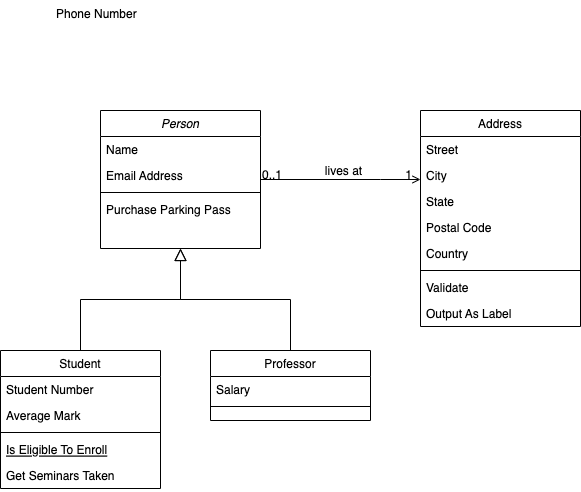
Earlier version of the draw.io export diagram.png (morbargig/CV-mfe-micro-front-end). Source tidied: cells renumbered, new cells last; positions are measured from the earlier drawing's top-left corner, leaving out a move shared by most shapes. Its diagram source:
```xml
<mxGraphModel background="#ffffff">
  <root>
    <mxCell id="0" />
    <mxCell id="1" parent="0" />
    <mxCell id="2" value="Person" style="swimlane;fontStyle=2;align=center;verticalAlign=top;horizontal=1;startSize=26;swimlaneFillColor=#ffffff;rounded=0;shadow=0;strokeWidth=1;" parent="1" vertex="1">
      <mxGeometry x="100" y="110" width="160" height="138" as="geometry" />
    </mxCell>
    <mxCell id="3" value="Name" style="text;strokeColor=none;fillColor=none;align=left;verticalAlign=top;spacingLeft=4;spacingRight=4;overflow=hidden;" parent="2" vertex="1">
      <mxGeometry y="26" width="160" height="26" as="geometry" />
    </mxCell>
    <mxCell id="4" value="Email Address" style="text;strokeColor=none;fillColor=none;align=left;verticalAlign=top;spacingLeft=4;spacingRight=4;overflow=hidden;rounded=0;shadow=0;html=0;" parent="2" vertex="1">
      <mxGeometry y="52" width="160" height="26" as="geometry" />
    </mxCell>
    <mxCell id="5" style="line;html=1;strokeWidth=1;fillColor=none;align=left;verticalAlign=middle;spacingTop=-1;spacingLeft=3;spacingRight=3;labelPosition=right;" parent="2" vertex="1">
      <mxGeometry y="78" width="160" height="8" as="geometry" />
    </mxCell>
    <mxCell id="6" value="Purchase Parking Pass" style="text;strokeColor=none;fillColor=none;align=left;verticalAlign=top;spacingLeft=4;spacingRight=4;overflow=hidden;" parent="2" vertex="1">
      <mxGeometry y="86" width="160" height="26" as="geometry" />
    </mxCell>
    <mxCell id="7" value="Student" style="swimlane;fontStyle=0;align=center;verticalAlign=top;horizontal=1;startSize=26;swimlaneFillColor=#ffffff;rounded=0;shadow=0;strokeWidth=1;" parent="1" vertex="1">
      <mxGeometry y="350" width="160" height="138" as="geometry" />
    </mxCell>
    <mxCell id="8" value="Student Number" style="text;strokeColor=none;fillColor=none;align=left;verticalAlign=top;spacingLeft=4;spacingRight=4;overflow=hidden;" parent="7" vertex="1">
      <mxGeometry y="26" width="160" height="26" as="geometry" />
    </mxCell>
    <mxCell id="9" value="Average Mark" style="text;strokeColor=none;fillColor=none;align=left;verticalAlign=top;spacingLeft=4;spacingRight=4;overflow=hidden;rounded=0;shadow=0;html=0;" parent="7" vertex="1">
      <mxGeometry y="52" width="160" height="26" as="geometry" />
    </mxCell>
    <mxCell id="10" style="line;html=1;strokeWidth=1;fillColor=none;align=left;verticalAlign=middle;spacingTop=-1;spacingLeft=3;spacingRight=3;labelPosition=right;" parent="7" vertex="1">
      <mxGeometry y="78" width="160" height="8" as="geometry" />
    </mxCell>
    <mxCell id="11" value="Is Eligible To Enroll" style="text;strokeColor=none;fillColor=none;align=left;verticalAlign=top;spacingLeft=4;spacingRight=4;overflow=hidden;fontStyle=4;" parent="7" vertex="1">
      <mxGeometry y="86" width="160" height="26" as="geometry" />
    </mxCell>
    <mxCell id="12" value="Get Seminars Taken" style="text;strokeColor=none;fillColor=none;align=left;verticalAlign=top;spacingLeft=4;spacingRight=4;overflow=hidden;" parent="7" vertex="1">
      <mxGeometry y="112" width="160" height="26" as="geometry" />
    </mxCell>
    <mxCell id="13" style="endArrow=block;endSize=10;endFill=0;shadow=0;strokeWidth=1;edgeStyle=orthogonalEdgeStyle;rounded=0;" parent="1" edge="1" source="7" target="2">
      <mxGeometry relative="1" as="geometry">
        <Array as="points">
          <mxPoint x="80" y="299" />
          <mxPoint x="180" y="299" />
        </Array>
      </mxGeometry>
    </mxCell>
    <mxCell id="14" value="Professor" style="swimlane;fontStyle=0;align=center;verticalAlign=top;horizontal=1;startSize=26;swimlaneFillColor=#ffffff;rounded=0;shadow=0;strokeWidth=1;" parent="1" vertex="1">
      <mxGeometry x="210" y="350" width="160" height="70" as="geometry" />
    </mxCell>
    <mxCell id="15" value="Salary" style="text;strokeColor=none;fillColor=none;align=left;verticalAlign=top;spacingLeft=4;spacingRight=4;overflow=hidden;" parent="14" vertex="1">
      <mxGeometry y="26" width="160" height="26" as="geometry" />
    </mxCell>
    <mxCell id="16" style="line;html=1;strokeWidth=1;fillColor=none;align=left;verticalAlign=middle;spacingTop=-1;spacingLeft=3;spacingRight=3;labelPosition=right;" parent="14" vertex="1">
      <mxGeometry y="52" width="160" height="8" as="geometry" />
    </mxCell>
    <mxCell id="17" style="endArrow=block;endSize=10;endFill=0;shadow=0;strokeWidth=1;edgeStyle=orthogonalEdgeStyle;rounded=0;" parent="1" edge="1" source="14" target="2">
      <mxGeometry relative="1" as="geometry" />
    </mxCell>
    <mxCell id="18" value="Address" style="swimlane;fontStyle=0;align=center;verticalAlign=top;horizontal=1;startSize=26;swimlaneFillColor=#ffffff;rounded=0;shadow=0;strokeWidth=1;" parent="1" vertex="1">
      <mxGeometry x="420" y="110" width="160" height="216" as="geometry" />
    </mxCell>
    <mxCell id="19" value="Street" style="text;strokeColor=none;fillColor=none;align=left;verticalAlign=top;spacingLeft=4;spacingRight=4;overflow=hidden;" parent="18" vertex="1">
      <mxGeometry y="26" width="160" height="26" as="geometry" />
    </mxCell>
    <mxCell id="20" value="City" style="text;strokeColor=none;fillColor=none;align=left;verticalAlign=top;spacingLeft=4;spacingRight=4;overflow=hidden;rounded=0;shadow=0;html=0;" parent="18" vertex="1">
      <mxGeometry y="52" width="160" height="26" as="geometry" />
    </mxCell>
    <mxCell id="21" value="State" style="text;strokeColor=none;fillColor=none;align=left;verticalAlign=top;spacingLeft=4;spacingRight=4;overflow=hidden;rounded=0;shadow=0;html=0;" parent="18" vertex="1">
      <mxGeometry y="78" width="160" height="26" as="geometry" />
    </mxCell>
    <mxCell id="22" value="Postal Code" style="text;strokeColor=none;fillColor=none;align=left;verticalAlign=top;spacingLeft=4;spacingRight=4;overflow=hidden;rounded=0;shadow=0;html=0;" parent="18" vertex="1">
      <mxGeometry y="104" width="160" height="26" as="geometry" />
    </mxCell>
    <mxCell id="23" value="Country" style="text;strokeColor=none;fillColor=none;align=left;verticalAlign=top;spacingLeft=4;spacingRight=4;overflow=hidden;rounded=0;shadow=0;html=0;" parent="18" vertex="1">
      <mxGeometry y="130" width="160" height="26" as="geometry" />
    </mxCell>
    <mxCell id="24" style="line;html=1;strokeWidth=1;fillColor=none;align=left;verticalAlign=middle;spacingTop=-1;spacingLeft=3;spacingRight=3;labelPosition=right;" parent="18" vertex="1">
      <mxGeometry y="156" width="160" height="8" as="geometry" />
    </mxCell>
    <mxCell id="25" value="Validate" style="text;strokeColor=none;fillColor=none;align=left;verticalAlign=top;spacingLeft=4;spacingRight=4;overflow=hidden;" parent="18" vertex="1">
      <mxGeometry y="164" width="160" height="26" as="geometry" />
    </mxCell>
    <mxCell id="26" value="Output As Label" style="text;strokeColor=none;fillColor=none;align=left;verticalAlign=top;spacingLeft=4;spacingRight=4;overflow=hidden;" parent="18" vertex="1">
      <mxGeometry y="190" width="160" height="26" as="geometry" />
    </mxCell>
    <mxCell id="27" style="endArrow=open;edgeStyle=orthogonalEdgeStyle;shadow=0;strokeWidth=1;strokeColor=#000000;rounded=0;endFill=1;" parent="1" edge="1">
      <mxGeometry x="0.5" y="41" relative="1" as="geometry">
        <mxPoint x="260" y="179" as="sourcePoint" />
        <mxPoint x="420" y="179" as="targetPoint" />
        <Array as="points">
          <mxPoint x="380" y="179" />
          <mxPoint x="380" y="179" />
        </Array>
        <mxPoint x="-40" y="32" as="offset" />
      </mxGeometry>
    </mxCell>
    <mxCell id="28" value="0..1" style="align=left;verticalAlign=bottom;labelBackgroundColor=none;fontSize=12;" parent="27" vertex="1">
      <mxGeometry x="-1" relative="1" as="geometry">
        <mxPoint y="4" as="offset" />
      </mxGeometry>
    </mxCell>
    <mxCell id="29" value="1" style="align=right;verticalAlign=bottom;labelBackgroundColor=none;fontSize=12;" parent="27" vertex="1">
      <mxGeometry x="1" relative="1" as="geometry">
        <mxPoint x="-7" y="4" as="offset" />
      </mxGeometry>
    </mxCell>
    <mxCell id="30" value="lives at" style="text;html=1;align=center;verticalAlign=middle;labelBackgroundColor=none;rounded=0;shadow=0;strokeWidth=1;fontSize=12;" parent="27" vertex="1">
      <mxGeometry x="0.5" y="49" relative="1" as="geometry">
        <mxPoint x="-38" y="40" as="offset" />
      </mxGeometry>
    </mxCell>
    <mxCell id="31" value="Phone Number" style="text;strokeColor=none;fillColor=none;align=left;verticalAlign=top;spacingLeft=4;spacingRight=4;overflow=hidden;rounded=0;shadow=0;html=0;" parent="1" vertex="1">
      <mxGeometry x="50" width="160" height="26" as="geometry" />
    </mxCell>
  </root>
</mxGraphModel>
```
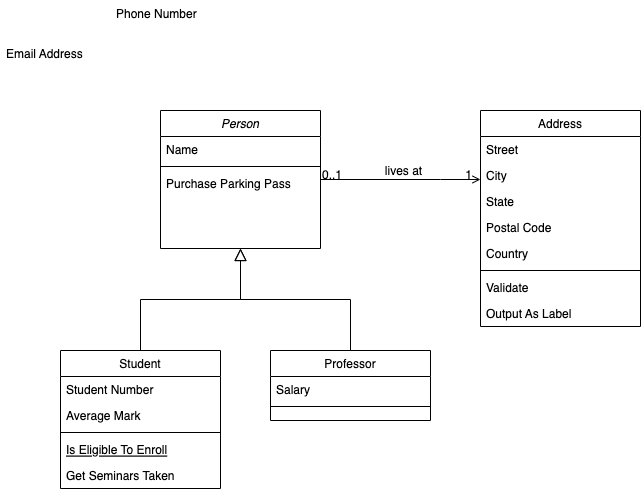
Later version of the same file.

Change to the diagram source:
```diff
@@ -8,14 +8,11 @@
     <mxCell id="3" value="Name" style="text;strokeColor=none;fillColor=none;align=left;verticalAlign=top;spacingLeft=4;spacingRight=4;overflow=hidden;" parent="2" vertex="1">
       <mxGeometry y="26" width="160" height="26" as="geometry" />
     </mxCell>
-    <mxCell id="4" value="Email Address" style="text;strokeColor=none;fillColor=none;align=left;verticalAlign=top;spacingLeft=4;spacingRight=4;overflow=hidden;rounded=0;shadow=0;html=0;" parent="2" vertex="1">
-      <mxGeometry y="52" width="160" height="26" as="geometry" />
-    </mxCell>
     <mxCell id="5" style="line;html=1;strokeWidth=1;fillColor=none;align=left;verticalAlign=middle;spacingTop=-1;spacingLeft=3;spacingRight=3;labelPosition=right;" parent="2" vertex="1">
-      <mxGeometry y="78" width="160" height="8" as="geometry" />
+      <mxGeometry y="52" width="160" height="8" as="geometry" />
     </mxCell>
     <mxCell id="6" value="Purchase Parking Pass" style="text;strokeColor=none;fillColor=none;align=left;verticalAlign=top;spacingLeft=4;spacingRight=4;overflow=hidden;" parent="2" vertex="1">
-      <mxGeometry y="86" width="160" height="26" as="geometry" />
+      <mxGeometry y="60" width="160" height="26" as="geometry" />
     </mxCell>
     <mxCell id="7" value="Student" style="swimlane;fontStyle=0;align=center;verticalAlign=top;horizontal=1;startSize=26;swimlaneFillColor=#ffffff;rounded=0;shadow=0;strokeWidth=1;" parent="1" vertex="1">
       <mxGeometry y="350" width="160" height="138" as="geometry" />
@@ -111,5 +108,8 @@
     <mxCell id="31" value="Phone Number" style="text;strokeColor=none;fillColor=none;align=left;verticalAlign=top;spacingLeft=4;spacingRight=4;overflow=hidden;rounded=0;shadow=0;html=0;" parent="1" vertex="1">
       <mxGeometry x="50" width="160" height="26" as="geometry" />
     </mxCell>
+    <mxCell id="4" value="Email Address" style="text;strokeColor=none;fillColor=none;align=left;verticalAlign=top;spacingLeft=4;spacingRight=4;overflow=hidden;rounded=0;shadow=0;html=0;" parent="1" vertex="1">
+      <mxGeometry x="-60" y="40" width="160" height="26" as="geometry" />
+    </mxCell>
   </root>
 </mxGraphModel>
```
